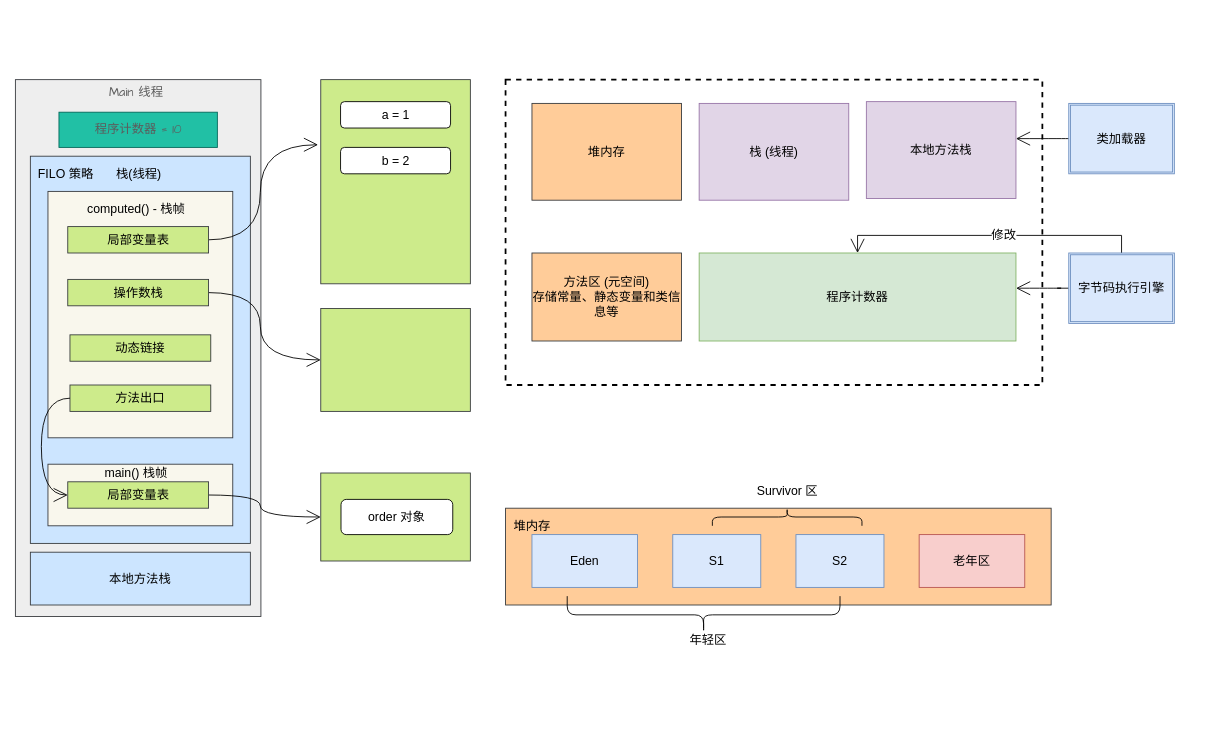
Before: learn/JVM main 线程内存模型.drawio in Leo-Lee-j/sketch, a draw.io diagram. Source tidied: cells renumbered, new cells numbered last; positions are measured from the earlier drawing's top-left corner, leaving out a move shared by most shapes. Both pictures are drawn from the tidied source at 88%, with x=0, y=0 at pixel (15, 79).
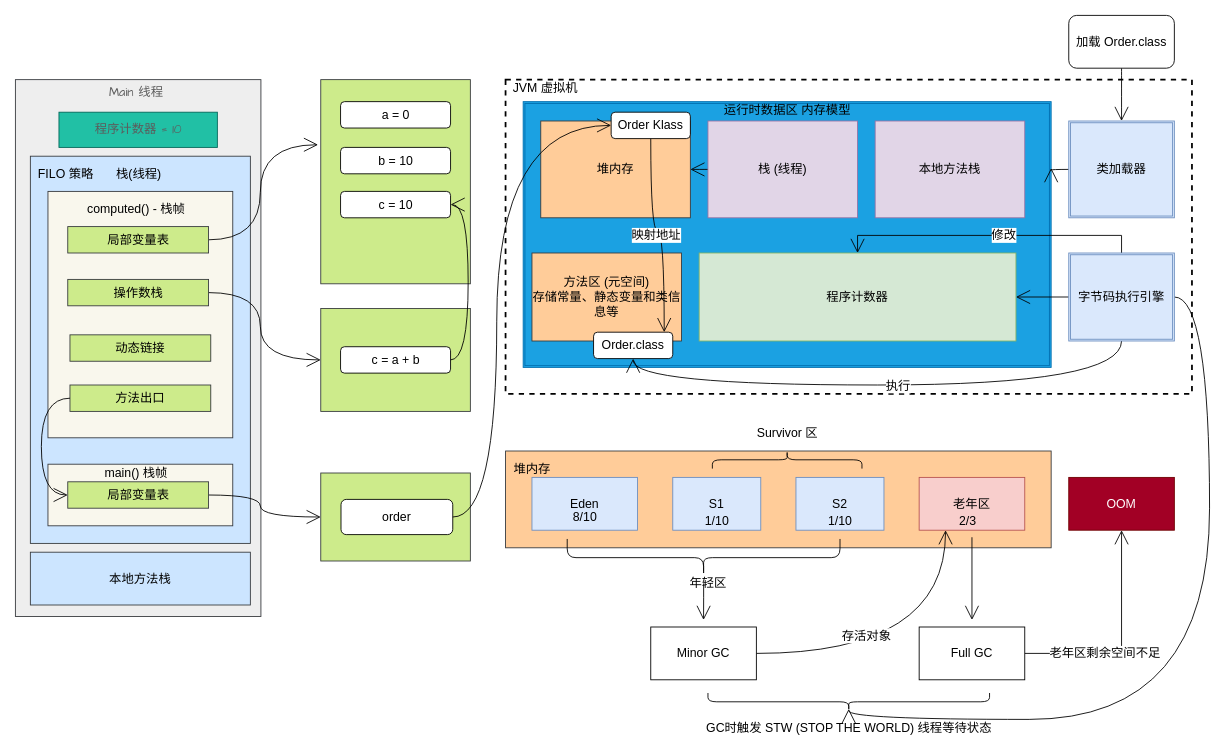
The same diagram, later.

Commit message:
更新JVM main 线程内存模型.drawio

Unchanged cells that the change refers to:
```xml
<mxCell id="32" value="程序计数器" style="rounded=0;whiteSpace=wrap;html=1;hachureGap=4;fontFamily=Helvetica;fontSize=14;strokeColor=#82b366;strokeWidth=1;fillColor=#d5e8d4;" parent="1" vertex="1">
  <mxGeometry x="777" y="197" width="360" height="100" as="geometry" />
</mxCell>
```

Change to the diagram source:
```diff
@@
+    <mxCell id="24" style="rounded=0;whiteSpace=wrap;html=1;hachureGap=4;fontFamily=Helvetica;fontSize=14;fontColor=default;strokeColor=default;fillColor=default;dashed=1;strokeWidth=2;" parent="1" vertex="1">
+      <mxGeometry x="557" width="780" height="357" as="geometry" />
+    </mxCell>
+    <mxCell id="50" style="shape=ext;double=1;rounded=0;whiteSpace=wrap;html=1;hachureGap=4;fontFamily=Helvetica;fontSize=14;fontColor=#ffffff;strokeColor=#006EAF;strokeWidth=1;fillColor=#1ba1e2;" parent="1" vertex="1">
+      <mxGeometry x="577" y="25" width="600" height="302" as="geometry" />
+    </mxCell>
@@
-    <mxCell id="24" style="rounded=0;whiteSpace=wrap;html=1;hachureGap=4;fontFamily=Helvetica;fontSize=14;fontColor=default;strokeColor=default;fillColor=default;dashed=1;strokeWidth=2;" parent="1" vertex="1">
-      <mxGeometry x="557" width="610" height="347" as="geometry" />
-    </mxCell>
-    <mxCell id="25" value="a = 1" style="rounded=1;whiteSpace=wrap;html=1;hachureGap=4;fontFamily=Helvetica;fontSize=14;fontColor=default;strokeColor=default;strokeWidth=1;fillColor=default;" parent="1" vertex="1">
+    <mxCell id="25" value="a = 0" style="rounded=1;whiteSpace=wrap;html=1;hachureGap=4;fontFamily=Helvetica;fontSize=14;fontColor=default;strokeColor=default;strokeWidth=1;fillColor=default;" parent="1" vertex="1">
       <mxGeometry x="369.5" y="25" width="125" height="30" as="geometry" />
     </mxCell>
-    <mxCell id="26" value="b = 2" style="rounded=1;whiteSpace=wrap;html=1;hachureGap=4;fontFamily=Helvetica;fontSize=14;fontColor=default;strokeColor=default;strokeWidth=1;fillColor=default;" parent="1" vertex="1">
+    <mxCell id="26" value="b = 10" style="rounded=1;whiteSpace=wrap;html=1;hachureGap=4;fontFamily=Helvetica;fontSize=14;fontColor=default;strokeColor=default;strokeWidth=1;fillColor=default;" parent="1" vertex="1">
       <mxGeometry x="369.5" y="77" width="125" height="30" as="geometry" />
     </mxCell>
-    <mxCell id="27" value="order 对象" style="rounded=1;whiteSpace=wrap;html=1;hachureGap=4;fontFamily=Helvetica;fontSize=14;fontColor=default;strokeColor=default;strokeWidth=1;fillColor=default;" parent="1" vertex="1">
+    <mxCell id="27" value="order" style="rounded=1;whiteSpace=wrap;html=1;hachureGap=4;fontFamily=Helvetica;fontSize=14;fontColor=default;strokeColor=default;strokeWidth=1;fillColor=default;" parent="1" vertex="1">
       <mxGeometry x="370" y="477" width="127" height="40" as="geometry" />
     </mxCell>
@@
     <mxCell id="29" value="堆内存" style="rounded=0;whiteSpace=wrap;html=1;hachureGap=4;fontFamily=Helvetica;fontSize=14;strokeColor=#36393d;strokeWidth=1;fillColor=#ffcc99;" parent="1" vertex="1">
-      <mxGeometry x="587" y="27" width="170" height="110" as="geometry" />
+      <mxGeometry x="597" y="47" width="170" height="110" as="geometry" />
     </mxCell>
+    <mxCell id="51" style="edgeStyle=orthogonalEdgeStyle;shape=connector;curved=1;rounded=0;jettySize=auto;html=1;exitX=0;exitY=0.5;exitDx=0;exitDy=0;entryX=1;entryY=0.5;entryDx=0;entryDy=0;labelBackgroundColor=default;fontFamily=Helvetica;fontSize=14;fontColor=default;endArrow=open;startSize=14;endSize=14;sourcePerimeterSpacing=8;targetPerimeterSpacing=8;strokeColor=default;" parent="1" edge="1" source="30" target="29">
+      <mxGeometry relative="1" as="geometry" />
+    </mxCell>
     <mxCell id="30" value="栈 (线程)" style="rounded=0;whiteSpace=wrap;html=1;hachureGap=4;fontFamily=Helvetica;fontSize=14;strokeColor=#9673a6;strokeWidth=1;fillColor=#e1d5e7;" parent="1" vertex="1">
-      <mxGeometry x="777" y="27" width="170" height="110" as="geometry" />
+      <mxGeometry x="787" y="47" width="170" height="110" as="geometry" />
     </mxCell>
     <mxCell id="31" value="本地方法栈" style="rounded=0;whiteSpace=wrap;html=1;hachureGap=4;fontFamily=Helvetica;fontSize=14;strokeColor=#9673a6;strokeWidth=1;fillColor=#e1d5e7;" parent="1" vertex="1">
-      <mxGeometry x="967" y="25" width="170" height="110" as="geometry" />
+      <mxGeometry x="977" y="47" width="170" height="110" as="geometry" />
     </mxCell>
@@
     <mxCell id="34" style="rounded=0;whiteSpace=wrap;html=1;hachureGap=4;fontFamily=Helvetica;fontSize=14;strokeColor=#36393d;strokeWidth=1;fillColor=#ffcc99;" parent="1" vertex="1">
-      <mxGeometry x="557" y="487" width="620" height="110" as="geometry" />
+      <mxGeometry x="557" y="422" width="620" height="110" as="geometry" />
     </mxCell>
     <mxCell id="35" value="堆内存" style="text;html=1;align=center;verticalAlign=middle;strokeColor=none;fillColor=none;rounded=0;hachureGap=4;fontFamily=Helvetica;fontSize=14;fontColor=default;" parent="1" vertex="1">
-      <mxGeometry x="557" y="497" width="60" height="20" as="geometry" />
+      <mxGeometry x="557" y="432" width="60" height="20" as="geometry" />
     </mxCell>
     <mxCell id="36" value="Eden" style="rounded=0;whiteSpace=wrap;html=1;hachureGap=4;fontFamily=Helvetica;fontSize=14;strokeColor=#6c8ebf;strokeWidth=1;fillColor=#dae8fc;" parent="1" vertex="1">
-      <mxGeometry x="587" y="517" width="120" height="60" as="geometry" />
+      <mxGeometry x="587" y="452" width="120" height="60" as="geometry" />
     </mxCell>
     <mxCell id="37" value="S1" style="rounded=0;whiteSpace=wrap;html=1;hachureGap=4;fontFamily=Helvetica;fontSize=14;strokeColor=#6c8ebf;strokeWidth=1;fillColor=#dae8fc;" parent="1" vertex="1">
-      <mxGeometry x="747" y="517" width="100" height="60" as="geometry" />
+      <mxGeometry x="747" y="452" width="100" height="60" as="geometry" />
     </mxCell>
     <mxCell id="38" value="S2" style="rounded=0;whiteSpace=wrap;html=1;hachureGap=4;fontFamily=Helvetica;fontSize=14;strokeColor=#6c8ebf;strokeWidth=1;fillColor=#dae8fc;" parent="1" vertex="1">
-      <mxGeometry x="887" y="517" width="100" height="60" as="geometry" />
+      <mxGeometry x="887" y="452" width="100" height="60" as="geometry" />
     </mxCell>
+    <mxCell id="52" style="edgeStyle=orthogonalEdgeStyle;shape=connector;rounded=0;jettySize=auto;html=1;labelBackgroundColor=default;fontFamily=Helvetica;fontSize=14;fontColor=default;endArrow=open;startSize=14;endSize=14;sourcePerimeterSpacing=8;targetPerimeterSpacing=8;strokeColor=default;" parent="1" edge="1" source="39" target="66">
+      <mxGeometry relative="1" as="geometry" />
+    </mxCell>
     <mxCell id="39" value="老年区" style="rounded=0;whiteSpace=wrap;html=1;hachureGap=4;fontFamily=Helvetica;fontSize=14;strokeColor=#b85450;strokeWidth=1;fillColor=#f8cecc;" parent="1" vertex="1">
-      <mxGeometry x="1027" y="517" width="120" height="60" as="geometry" />
+      <mxGeometry x="1027" y="452" width="120" height="60" as="geometry" />
     </mxCell>
+    <mxCell id="53" style="edgeStyle=orthogonalEdgeStyle;shape=connector;rounded=0;jettySize=auto;html=1;labelBackgroundColor=default;fontFamily=Helvetica;fontSize=14;fontColor=default;endArrow=open;startSize=14;endSize=14;sourcePerimeterSpacing=8;targetPerimeterSpacing=8;strokeColor=default;" parent="1" edge="1" source="40" target="63">
+      <mxGeometry relative="1" as="geometry" />
+    </mxCell>
     <mxCell id="40" style="shape=curlyBracket;whiteSpace=wrap;html=1;rounded=1;hachureGap=4;fontFamily=Helvetica;fontSize=14;fontColor=default;strokeColor=default;strokeWidth=1;fillColor=default;rotation=-90;size=0.5;" parent="1" vertex="1">
-      <mxGeometry x="760.8" y="453.2" width="42.5" height="310" as="geometry" />
+      <mxGeometry x="760.8" y="388.2" width="42.5" height="310" as="geometry" />
     </mxCell>
     <mxCell id="41" value="年轻区" style="text;html=1;align=center;verticalAlign=middle;strokeColor=none;fillColor=none;rounded=0;hachureGap=4;fontFamily=Helvetica;fontSize=14;fontColor=default;" parent="1" vertex="1">
-      <mxGeometry x="757" y="627" width="60" height="20" as="geometry" />
+      <mxGeometry x="757" y="562" width="60" height="20" as="geometry" />
     </mxCell>
     <mxCell id="42" style="shape=curlyBracket;whiteSpace=wrap;html=1;rounded=1;hachureGap=4;fontFamily=Helvetica;fontSize=14;fontColor=default;strokeColor=default;strokeWidth=1;fillColor=default;rotation=90;" parent="1" vertex="1">
-      <mxGeometry x="867" y="412" width="20" height="170" as="geometry" />
+      <mxGeometry x="867" y="347" width="20" height="170" as="geometry" />
     </mxCell>
     <mxCell id="43" value="Survivor 区" style="text;html=1;align=center;verticalAlign=middle;strokeColor=none;fillColor=none;rounded=0;hachureGap=4;fontFamily=Helvetica;fontSize=14;fontColor=default;" parent="1" vertex="1">
-      <mxGeometry x="837" y="457" width="80" height="20" as="geometry" />
+      <mxGeometry x="837" y="392" width="80" height="20" as="geometry" />
     </mxCell>
-    <mxCell id="44" style="edgeStyle=orthogonalEdgeStyle;shape=connector;curved=1;rounded=1;jettySize=auto;html=1;exitX=0;exitY=0.5;exitDx=0;exitDy=0;entryX=1;entryY=0.382;entryDx=0;entryDy=0;entryPerimeter=0;labelBackgroundColor=default;fontFamily=Helvetica;fontSize=14;fontColor=default;endArrow=open;startSize=14;endSize=14;sourcePerimeterSpacing=8;targetPerimeterSpacing=8;strokeColor=default;" parent="1" edge="1" source="45" target="31">
-      <mxGeometry relative="1" as="geometry" />
-    </mxCell>
+    <mxCell id="54" style="edgeStyle=orthogonalEdgeStyle;shape=connector;curved=1;rounded=0;jettySize=auto;html=1;exitX=0;exitY=0.5;exitDx=0;exitDy=0;entryX=1;entryY=0.25;entryDx=0;entryDy=0;labelBackgroundColor=default;fontFamily=Helvetica;fontSize=14;fontColor=default;endArrow=open;startSize=14;endSize=14;sourcePerimeterSpacing=8;targetPerimeterSpacing=8;strokeColor=default;" parent="1" edge="1" source="45" target="50">
+      <mxGeometry relative="1" as="geometry" />
+    </mxCell>
     <mxCell id="45" value="类加载器" style="shape=ext;double=1;rounded=0;whiteSpace=wrap;html=1;hachureGap=4;fontFamily=Helvetica;fontSize=14;strokeColor=#6c8ebf;strokeWidth=1;fillColor=#dae8fc;" parent="1" vertex="1">
-      <mxGeometry x="1197" y="27" width="120" height="80" as="geometry" />
+      <mxGeometry x="1197" y="47" width="120" height="110" as="geometry" />
     </mxCell>
-    <mxCell id="46" style="edgeStyle=orthogonalEdgeStyle;shape=connector;curved=1;rounded=1;jettySize=auto;html=1;exitX=0;exitY=0.5;exitDx=0;exitDy=0;entryX=0.951;entryY=0.683;entryDx=0;entryDy=0;entryPerimeter=0;labelBackgroundColor=default;fontFamily=Helvetica;fontSize=14;fontColor=default;endArrow=open;startSize=14;endSize=14;sourcePerimeterSpacing=8;targetPerimeterSpacing=8;strokeColor=default;" parent="1" edge="1" source="49" target="24">
-      <mxGeometry relative="1" as="geometry" />
-    </mxCell>
@@
+    <mxCell id="55" style="edgeStyle=orthogonalEdgeStyle;shape=connector;rounded=0;jettySize=auto;html=1;exitX=0;exitY=0.5;exitDx=0;exitDy=0;entryX=1;entryY=0.5;entryDx=0;entryDy=0;labelBackgroundColor=default;fontFamily=Helvetica;fontSize=14;fontColor=default;endArrow=open;startSize=14;endSize=14;sourcePerimeterSpacing=8;targetPerimeterSpacing=8;strokeColor=default;" parent="1" edge="1" source="49" target="32">
+      <mxGeometry relative="1" as="geometry" />
+    </mxCell>
+    <mxCell id="56" style="edgeStyle=orthogonalEdgeStyle;shape=connector;curved=1;rounded=0;jettySize=auto;html=1;exitX=0.5;exitY=1;exitDx=0;exitDy=0;entryX=0.5;entryY=1;entryDx=0;entryDy=0;labelBackgroundColor=default;fontFamily=Helvetica;fontSize=14;fontColor=default;endArrow=open;startSize=14;endSize=14;sourcePerimeterSpacing=8;targetPerimeterSpacing=8;strokeColor=default;" parent="1" edge="1" source="49" target="77">
+      <mxGeometry relative="1" as="geometry" />
+    </mxCell>
+    <mxCell id="57" value="执行" style="edgeLabel;html=1;align=center;verticalAlign=middle;fontSize=14;fontFamily=Helvetica;fontColor=default;" parent="56" vertex="1">
+      <mxGeometry x="-0.04" relative="1" as="geometry" />
+    </mxCell>
+    <mxCell id="58" style="edgeStyle=orthogonalEdgeStyle;shape=connector;curved=1;rounded=0;jettySize=auto;html=1;exitX=1;exitY=0.5;exitDx=0;exitDy=0;entryX=0.1;entryY=0.5;entryDx=0;entryDy=0;entryPerimeter=0;labelBackgroundColor=default;fontFamily=Helvetica;fontSize=14;fontColor=default;endArrow=open;startSize=14;endSize=14;sourcePerimeterSpacing=8;targetPerimeterSpacing=8;strokeColor=default;" parent="1" edge="1" source="49" target="67">
+      <mxGeometry relative="1" as="geometry">
+        <Array as="points">
+          <mxPoint x="1357" y="247" />
+          <mxPoint x="1357" y="727" />
+          <mxPoint x="947" y="727" />
+        </Array>
+      </mxGeometry>
+    </mxCell>
     <mxCell id="49" value="字节码执行引擎" style="shape=ext;double=1;rounded=0;whiteSpace=wrap;html=1;hachureGap=4;fontFamily=Helvetica;fontSize=14;strokeColor=#6c8ebf;strokeWidth=1;fillColor=#dae8fc;" parent="1" vertex="1">
-      <mxGeometry x="1197" y="197" width="120" height="80" as="geometry" />
+      <mxGeometry x="1197" y="197" width="120" height="100" as="geometry" />
     </mxCell>
+    <mxCell id="59" value="JVM 虚拟机" style="text;html=1;align=center;verticalAlign=middle;strokeColor=none;fillColor=none;rounded=0;hachureGap=4;fontFamily=Helvetica;fontSize=14;fontColor=default;" parent="1" vertex="1">
+      <mxGeometry x="557" width="90" height="20" as="geometry" />
+    </mxCell>
+    <mxCell id="60" value="OOM" style="rounded=0;whiteSpace=wrap;html=1;hachureGap=4;fontFamily=Helvetica;fontSize=14;strokeColor=#6F0000;strokeWidth=1;fillColor=#a20025;fontColor=#ffffff;" parent="1" vertex="1">
+      <mxGeometry x="1197" y="452" width="120" height="60" as="geometry" />
+    </mxCell>
+    <mxCell id="61" style="edgeStyle=orthogonalEdgeStyle;shape=connector;rounded=0;jettySize=auto;html=1;exitX=1;exitY=0.5;exitDx=0;exitDy=0;entryX=0.25;entryY=1;entryDx=0;entryDy=0;labelBackgroundColor=default;fontFamily=Helvetica;fontSize=14;fontColor=default;endArrow=open;startSize=14;endSize=14;sourcePerimeterSpacing=8;targetPerimeterSpacing=8;strokeColor=default;curved=1;" parent="1" edge="1" source="63" target="39">
+      <mxGeometry relative="1" as="geometry" />
+    </mxCell>
+    <mxCell id="62" value="存活对象" style="edgeLabel;html=1;align=center;verticalAlign=middle;fontSize=14;fontFamily=Helvetica;fontColor=default;" parent="61" vertex="1">
+      <mxGeometry x="-0.3" y="21" relative="1" as="geometry" />
+    </mxCell>
+    <mxCell id="63" value="Minor GC" style="whiteSpace=wrap;html=1;rounded=0;hachureGap=4;fontFamily=Helvetica;fontSize=14;fontColor=default;strokeColor=default;strokeWidth=1;fillColor=default;" parent="1" vertex="1">
+      <mxGeometry x="722" y="622" width="120" height="60" as="geometry" />
+    </mxCell>
+    <mxCell id="64" style="edgeStyle=orthogonalEdgeStyle;shape=connector;rounded=0;jettySize=auto;html=1;exitX=1;exitY=0.5;exitDx=0;exitDy=0;entryX=0.5;entryY=1;entryDx=0;entryDy=0;labelBackgroundColor=default;fontFamily=Helvetica;fontSize=14;fontColor=default;endArrow=open;startSize=14;endSize=14;sourcePerimeterSpacing=8;targetPerimeterSpacing=8;strokeColor=default;" parent="1" edge="1" source="66" target="60">
+      <mxGeometry relative="1" as="geometry" />
+    </mxCell>
+    <mxCell id="65" value="老年区剩余空间不足" style="edgeLabel;html=1;align=center;verticalAlign=middle;fontSize=14;fontFamily=Helvetica;fontColor=default;" parent="64" vertex="1">
+      <mxGeometry x="-0.28" y="1" relative="1" as="geometry" />
+    </mxCell>
+    <mxCell id="66" value="Full GC" style="whiteSpace=wrap;html=1;rounded=0;hachureGap=4;fontFamily=Helvetica;fontSize=14;fontColor=default;strokeColor=default;strokeWidth=1;fillColor=default;" parent="1" vertex="1">
+      <mxGeometry x="1027" y="622" width="120" height="60" as="geometry" />
+    </mxCell>
+    <mxCell id="67" style="shape=curlyBracket;whiteSpace=wrap;html=1;rounded=1;hachureGap=4;fontFamily=Helvetica;fontSize=14;fontColor=default;strokeColor=default;strokeWidth=1;fillColor=default;rotation=-90;" parent="1" vertex="1">
+      <mxGeometry x="937" y="547" width="20" height="320" as="geometry" />
+    </mxCell>
+    <mxCell id="68" value="GC时触发 STW (STOP THE WORLD) 线程等待状态" style="text;html=1;align=center;verticalAlign=middle;strokeColor=none;fillColor=none;rounded=0;hachureGap=4;fontFamily=Helvetica;fontSize=14;fontColor=default;" parent="1" vertex="1">
+      <mxGeometry x="777" y="727" width="340" height="20" as="geometry" />
+    </mxCell>
+    <mxCell id="69" value="8/10" style="text;html=1;align=center;verticalAlign=middle;strokeColor=none;fillColor=none;rounded=0;hachureGap=4;fontFamily=Helvetica;fontSize=14;fontColor=default;" parent="1" vertex="1">
+      <mxGeometry x="627" y="487" width="40" height="20" as="geometry" />
+    </mxCell>
+    <mxCell id="70" value="1/10" style="text;html=1;align=center;verticalAlign=middle;strokeColor=none;fillColor=none;rounded=0;hachureGap=4;fontFamily=Helvetica;fontSize=14;fontColor=default;" parent="1" vertex="1">
+      <mxGeometry x="777" y="492" width="40" height="20" as="geometry" />
+    </mxCell>
+    <mxCell id="71" value="1/10" style="text;html=1;align=center;verticalAlign=middle;strokeColor=none;fillColor=none;rounded=0;hachureGap=4;fontFamily=Helvetica;fontSize=14;fontColor=default;" parent="1" vertex="1">
+      <mxGeometry x="917" y="492" width="40" height="20" as="geometry" />
+    </mxCell>
+    <mxCell id="72" value="2/3" style="text;html=1;align=center;verticalAlign=middle;strokeColor=none;fillColor=none;rounded=0;hachureGap=4;fontFamily=Helvetica;fontSize=14;fontColor=default;" parent="1" vertex="1">
+      <mxGeometry x="1067" y="492" width="30" height="20" as="geometry" />
+    </mxCell>
+    <mxCell id="73" value="运行时数据区 内存模型" style="text;html=1;align=center;verticalAlign=middle;strokeColor=none;fillColor=none;rounded=0;hachureGap=4;fontFamily=Helvetica;fontSize=14;fontColor=default;" parent="1" vertex="1">
+      <mxGeometry x="797" y="25" width="160" height="20" as="geometry" />
+    </mxCell>
+    <mxCell id="74" style="edgeStyle=orthogonalEdgeStyle;shape=connector;curved=1;rounded=0;jettySize=auto;html=1;exitX=0.5;exitY=1;exitDx=0;exitDy=0;entryX=0.892;entryY=0;entryDx=0;entryDy=0;entryPerimeter=0;labelBackgroundColor=default;fontFamily=Helvetica;fontSize=14;fontColor=default;endArrow=open;startSize=14;endSize=14;sourcePerimeterSpacing=8;targetPerimeterSpacing=8;strokeColor=default;" parent="1" edge="1" source="76" target="77">
+      <mxGeometry relative="1" as="geometry" />
+    </mxCell>
+    <mxCell id="75" value="映射地址" style="edgeLabel;html=1;align=center;verticalAlign=middle;fontSize=14;fontFamily=Helvetica;fontColor=default;" parent="74" vertex="1">
+      <mxGeometry x="-0.4" y="3" relative="1" as="geometry">
+        <mxPoint x="2" y="38" as="offset" />
+      </mxGeometry>
+    </mxCell>
+    <mxCell id="76" value="Order Klass" style="rounded=1;whiteSpace=wrap;html=1;hachureGap=4;fontFamily=Helvetica;fontSize=14;fontColor=default;strokeColor=default;strokeWidth=1;fillColor=default;" parent="1" vertex="1">
+      <mxGeometry x="677" y="37" width="90" height="30" as="geometry" />
+    </mxCell>
+    <mxCell id="77" value="Order.class" style="rounded=1;whiteSpace=wrap;html=1;hachureGap=4;fontFamily=Helvetica;fontSize=14;fontColor=default;strokeColor=default;strokeWidth=1;fillColor=default;" parent="1" vertex="1">
+      <mxGeometry x="657" y="287" width="90" height="30" as="geometry" />
+    </mxCell>
+    <mxCell id="78" style="edgeStyle=orthogonalEdgeStyle;shape=connector;curved=1;rounded=0;jettySize=auto;html=1;exitX=1;exitY=0.5;exitDx=0;exitDy=0;entryX=1;entryY=0.5;entryDx=0;entryDy=0;labelBackgroundColor=default;fontFamily=Helvetica;fontSize=14;fontColor=default;endArrow=open;startSize=14;endSize=14;sourcePerimeterSpacing=8;targetPerimeterSpacing=8;strokeColor=default;" parent="1" edge="1" source="79" target="80">
+      <mxGeometry relative="1" as="geometry" />
+    </mxCell>
+    <mxCell id="79" value="c = a + b" style="rounded=1;whiteSpace=wrap;html=1;hachureGap=4;fontFamily=Helvetica;fontSize=14;fontColor=default;strokeColor=default;strokeWidth=1;fillColor=default;" parent="1" vertex="1">
+      <mxGeometry x="369.5" y="303.5" width="125" height="30" as="geometry" />
+    </mxCell>
+    <mxCell id="80" value="c = 10" style="rounded=1;whiteSpace=wrap;html=1;hachureGap=4;fontFamily=Helvetica;fontSize=14;fontColor=default;strokeColor=default;strokeWidth=1;fillColor=default;" parent="1" vertex="1">
+      <mxGeometry x="369.5" y="127" width="125" height="30" as="geometry" />
+    </mxCell>
+    <mxCell id="81" style="edgeStyle=orthogonalEdgeStyle;shape=connector;curved=1;rounded=0;jettySize=auto;html=1;exitX=1;exitY=0.5;exitDx=0;exitDy=0;entryX=0;entryY=0.5;entryDx=0;entryDy=0;labelBackgroundColor=default;fontFamily=Helvetica;fontSize=14;fontColor=default;endArrow=open;startSize=14;endSize=14;sourcePerimeterSpacing=8;targetPerimeterSpacing=8;strokeColor=default;" parent="1" edge="1" source="27" target="76">
+      <mxGeometry relative="1" as="geometry">
+        <Array as="points">
+          <mxPoint x="547" y="497" />
+          <mxPoint x="547" y="52" />
+        </Array>
+      </mxGeometry>
+    </mxCell>
+    <mxCell id="82" style="edgeStyle=orthogonalEdgeStyle;shape=connector;curved=1;rounded=0;jettySize=auto;html=1;exitX=0.5;exitY=1;exitDx=0;exitDy=0;entryX=0.5;entryY=0;entryDx=0;entryDy=0;labelBackgroundColor=default;fontFamily=Helvetica;fontSize=14;fontColor=default;endArrow=open;startSize=14;endSize=14;sourcePerimeterSpacing=8;targetPerimeterSpacing=8;strokeColor=default;" parent="1" edge="1" source="83" target="45">
+      <mxGeometry relative="1" as="geometry" />
+    </mxCell>
+    <mxCell id="83" value="加载 Order.class" style="rounded=1;whiteSpace=wrap;html=1;hachureGap=4;fontFamily=Helvetica;fontSize=14;fontColor=default;strokeColor=default;strokeWidth=1;fillColor=default;" parent="1" vertex="1">
+      <mxGeometry x="1197" y="-73" width="120" height="60" as="geometry" />
+    </mxCell>
```
